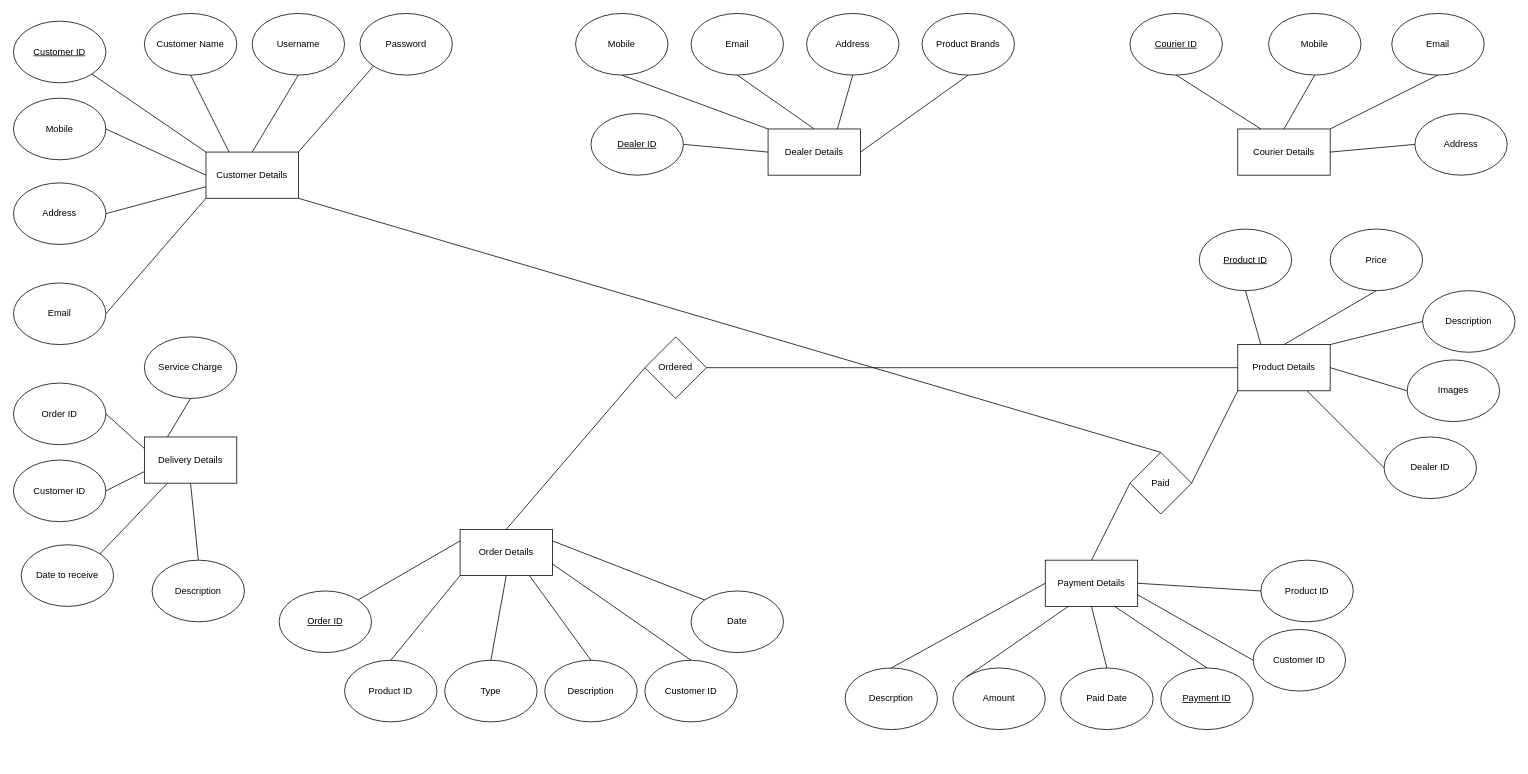
Above: ER DIagram Project.drawio in 2019e166/Data_Base_Assignment (draw.io), before the change. Source tidied: cells renumbered, new cells numbered last; positions are measured from the earlier drawing's top-left corner, leaving out a move shared by most shapes. Both pictures are drawn from the tidied source at 77%, with x=0, y=0 at pixel (13, 13).
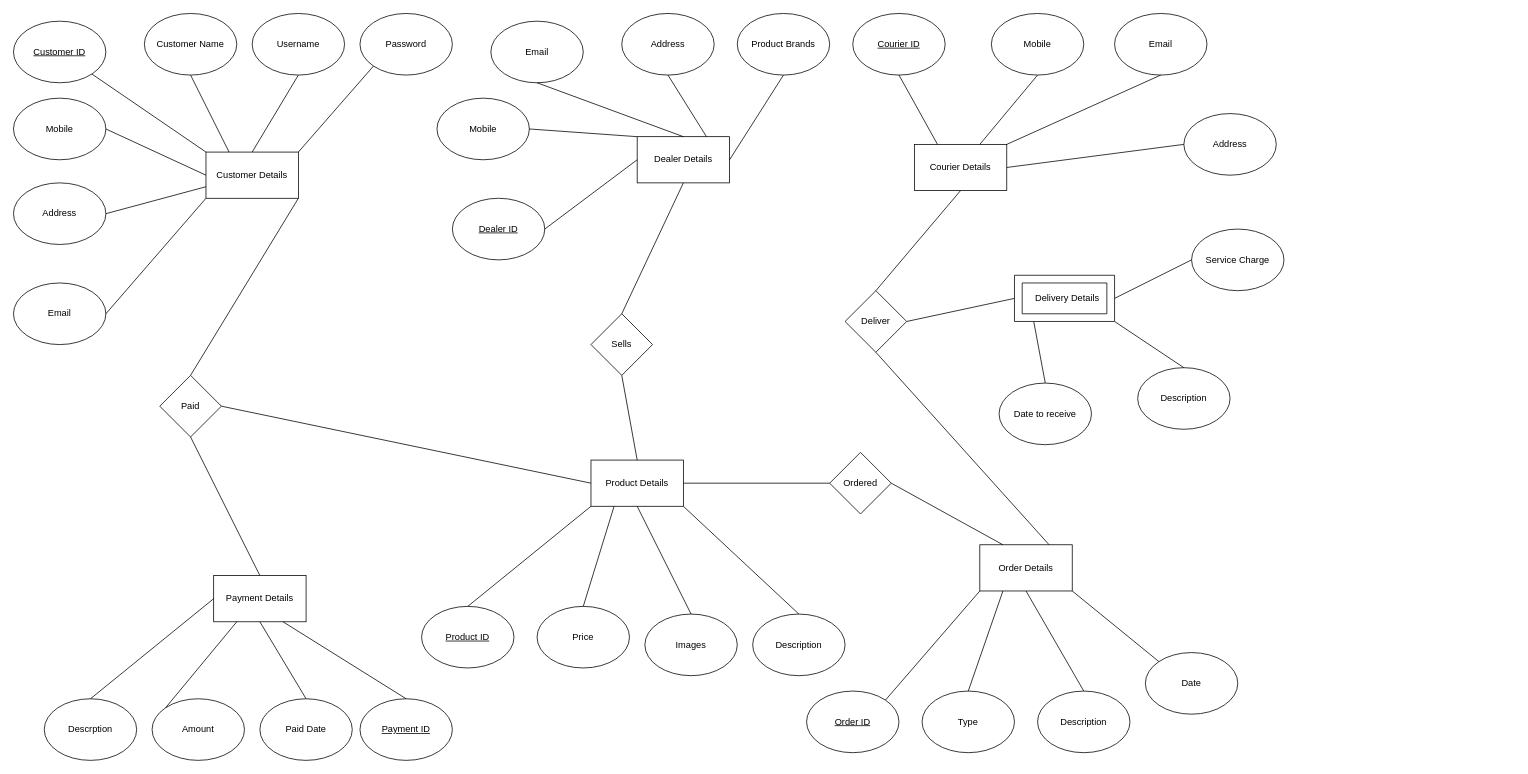
The same page after the edit.

The edit, as a diff of the source:
```diff
@@
     <mxCell id="17" value="Dealer Details" style="rounded=0;whiteSpace=wrap;html=1;" parent="1" vertex="1">
-      <mxGeometry x="980" y="150" width="120" height="60" as="geometry" />
+      <mxGeometry x="810" y="160" width="120" height="60" as="geometry" />
     </mxCell>
     <mxCell id="18" value="&lt;u&gt;Dealer ID&lt;/u&gt;" style="ellipse;whiteSpace=wrap;html=1;" parent="1" vertex="1">
-      <mxGeometry x="750" y="130" width="120" height="80" as="geometry" />
+      <mxGeometry x="570" y="240" width="120" height="80" as="geometry" />
     </mxCell>
     <mxCell id="19" value="Product Brands" style="ellipse;whiteSpace=wrap;html=1;" parent="1" vertex="1">
-      <mxGeometry x="1180" width="120" height="80" as="geometry" />
+      <mxGeometry x="940" width="120" height="80" as="geometry" />
     </mxCell>
     <mxCell id="20" value="Address" style="ellipse;whiteSpace=wrap;html=1;" parent="1" vertex="1">
-      <mxGeometry x="1030" width="120" height="80" as="geometry" />
+      <mxGeometry x="790" width="120" height="80" as="geometry" />
     </mxCell>
     <mxCell id="21" value="Email" style="ellipse;whiteSpace=wrap;html=1;" parent="1" vertex="1">
-      <mxGeometry x="880" width="120" height="80" as="geometry" />
+      <mxGeometry x="620" y="10" width="120" height="80" as="geometry" />
     </mxCell>
     <mxCell id="22" value="Mobile" style="ellipse;whiteSpace=wrap;html=1;" parent="1" vertex="1">
-      <mxGeometry x="730" width="120" height="80" as="geometry" />
+      <mxGeometry x="550" y="110" width="120" height="80" as="geometry" />
     </mxCell>
@@
-    <mxCell id="24" style="endArrow=none;html=1;rounded=0;entryX=0.5;entryY=1;entryDx=0;entryDy=0;exitX=0;exitY=0;exitDx=0;exitDy=0;" parent="1" edge="1" source="17" target="22">
+    <mxCell id="24" style="endArrow=none;html=1;rounded=0;entryX=1;entryY=0.5;entryDx=0;entryDy=0;exitX=0;exitY=0;exitDx=0;exitDy=0;" parent="1" edge="1" source="17" target="22">
       <mxGeometry relative="1" as="geometry" />
     </mxCell>
@@
     <mxCell id="28" value="Courier Details" style="rounded=0;whiteSpace=wrap;html=1;" parent="1" vertex="1">
-      <mxGeometry x="1590" y="150" width="120" height="60" as="geometry" />
+      <mxGeometry x="1170" y="170" width="120" height="60" as="geometry" />
     </mxCell>
     <mxCell id="29" value="Address" style="ellipse;whiteSpace=wrap;html=1;" parent="1" vertex="1">
-      <mxGeometry x="1820" y="130" width="120" height="80" as="geometry" />
+      <mxGeometry x="1520" y="130" width="120" height="80" as="geometry" />
     </mxCell>
     <mxCell id="30" value="Email" style="ellipse;whiteSpace=wrap;html=1;" parent="1" vertex="1">
-      <mxGeometry x="1790" width="120" height="80" as="geometry" />
+      <mxGeometry x="1430" width="120" height="80" as="geometry" />
     </mxCell>
     <mxCell id="31" value="&lt;u&gt;Courier ID&lt;/u&gt;" style="ellipse;whiteSpace=wrap;html=1;" parent="1" vertex="1">
-      <mxGeometry x="1450" width="120" height="80" as="geometry" />
+      <mxGeometry x="1090" width="120" height="80" as="geometry" />
     </mxCell>
     <mxCell id="32" value="Mobile" style="ellipse;whiteSpace=wrap;html=1;" parent="1" vertex="1">
-      <mxGeometry x="1630" width="120" height="80" as="geometry" />
+      <mxGeometry x="1270" width="120" height="80" as="geometry" />
     </mxCell>
@@
-    <mxCell id="34" style="endArrow=none;html=1;rounded=0;entryX=0.5;entryY=1;entryDx=0;entryDy=0;exitX=0.5;exitY=0;exitDx=0;exitDy=0;" parent="1" edge="1" source="28" target="32">
+    <mxCell id="34" style="endArrow=none;html=1;rounded=0;entryX=0.5;entryY=1;entryDx=0;entryDy=0;" parent="1" edge="1" source="28" target="32">
       <mxGeometry relative="1" as="geometry" />
     </mxCell>
@@
-    <mxCell id="37" value="Delivery Details" style="rounded=0;whiteSpace=wrap;html=1;" parent="1" vertex="1">
-      <mxGeometry x="170" y="550" width="120" height="60" as="geometry" />
-    </mxCell>
     <mxCell id="38" value="Service Charge" style="ellipse;whiteSpace=wrap;html=1;" parent="1" vertex="1">
-      <mxGeometry x="170" y="420" width="120" height="80" as="geometry" />
+      <mxGeometry x="1530" y="280" width="120" height="80" as="geometry" />
     </mxCell>
     <mxCell id="39" value="Description" style="ellipse;whiteSpace=wrap;html=1;" parent="1" vertex="1">
-      <mxGeometry x="180" y="710" width="120" height="80" as="geometry" />
+      <mxGeometry x="1460" y="460" width="120" height="80" as="geometry" />
     </mxCell>
     <mxCell id="40" value="Date to receive" style="ellipse;whiteSpace=wrap;html=1;" parent="1" vertex="1">
-      <mxGeometry x="10" y="690" width="120" height="80" as="geometry" />
+      <mxGeometry x="1280" y="480" width="120" height="80" as="geometry" />
     </mxCell>
-    <mxCell id="41" value="Customer ID" style="ellipse;whiteSpace=wrap;html=1;" parent="1" vertex="1">
-      <mxGeometry y="580" width="120" height="80" as="geometry" />
-    </mxCell>
-    <mxCell id="42" value="Order ID" style="ellipse;whiteSpace=wrap;html=1;" parent="1" vertex="1">
-      <mxGeometry y="480" width="120" height="80" as="geometry" />
-    </mxCell>
-    <mxCell id="43" style="endArrow=none;html=1;rounded=0;entryX=0.5;entryY=1;entryDx=0;entryDy=0;exitX=0.25;exitY=0;exitDx=0;exitDy=0;" parent="1" edge="1" source="37" target="38">
+    <mxCell id="43" style="endArrow=none;html=1;rounded=0;entryX=0;entryY=0.5;entryDx=0;entryDy=0;exitX=1;exitY=0.5;exitDx=0;exitDy=0;exitPerimeter=0;" parent="1" edge="1" source="99" target="38">
       <mxGeometry relative="1" as="geometry" />
     </mxCell>
-    <mxCell id="44" style="endArrow=none;html=1;rounded=0;exitX=1;exitY=0.5;exitDx=0;exitDy=0;entryX=0;entryY=0.25;entryDx=0;entryDy=0;" parent="1" edge="1" source="42" target="37">
-      <mxGeometry relative="1" as="geometry" />
-    </mxCell>
-    <mxCell id="45" style="endArrow=none;html=1;rounded=0;exitX=1;exitY=0.5;exitDx=0;exitDy=0;entryX=0;entryY=0.75;entryDx=0;entryDy=0;" parent="1" edge="1" source="41" target="37">
-      <mxGeometry relative="1" as="geometry" />
-    </mxCell>
-    <mxCell id="46" style="endArrow=none;html=1;rounded=0;exitX=1;exitY=0;exitDx=0;exitDy=0;entryX=0.25;entryY=1;entryDx=0;entryDy=0;" parent="1" edge="1" source="40" target="37">
+    <mxCell id="46" style="endArrow=none;html=1;rounded=0;exitX=0.5;exitY=0;exitDx=0;exitDy=0;entryX=0;entryY=0;entryDx=25;entryDy=60;entryPerimeter=0;" parent="1" edge="1" source="40" target="99">
       <mxGeometry relative="1" as="geometry" />
     </mxCell>
-    <mxCell id="47" style="endArrow=none;html=1;rounded=0;exitX=0.5;exitY=0;exitDx=0;exitDy=0;entryX=0.5;entryY=1;entryDx=0;entryDy=0;" parent="1" edge="1" source="39" target="37">
+    <mxCell id="47" style="endArrow=none;html=1;rounded=0;exitX=0.5;exitY=0;exitDx=0;exitDy=0;entryX=1;entryY=1;entryDx=0;entryDy=0;entryPerimeter=0;" parent="1" edge="1" source="39" target="99">
       <mxGeometry relative="1" as="geometry" />
     </mxCell>
     <mxCell id="48" value="Order Details" style="rounded=0;whiteSpace=wrap;html=1;" parent="1" vertex="1">
-      <mxGeometry x="580" y="670" width="120" height="60" as="geometry" />
+      <mxGeometry x="1255" y="690" width="120" height="60" as="geometry" />
     </mxCell>
     <mxCell id="49" value="&lt;u&gt;Order ID&lt;/u&gt;" style="ellipse;whiteSpace=wrap;html=1;" parent="1" vertex="1">
-      <mxGeometry x="345" y="750" width="120" height="80" as="geometry" />
+      <mxGeometry x="1030" y="880" width="120" height="80" as="geometry" />
     </mxCell>
     <mxCell id="50" value="Date" style="ellipse;whiteSpace=wrap;html=1;" parent="1" vertex="1">
-      <mxGeometry x="880" y="750" width="120" height="80" as="geometry" />
+      <mxGeometry x="1470" y="830" width="120" height="80" as="geometry" />
     </mxCell>
-    <mxCell id="51" value="Customer ID" style="ellipse;whiteSpace=wrap;html=1;" parent="1" vertex="1">
-      <mxGeometry x="820" y="840" width="120" height="80" as="geometry" />
-    </mxCell>
     <mxCell id="52" value="Description" style="ellipse;whiteSpace=wrap;html=1;" parent="1" vertex="1">
-      <mxGeometry x="690" y="840" width="120" height="80" as="geometry" />
+      <mxGeometry x="1330" y="880" width="120" height="80" as="geometry" />
     </mxCell>
     <mxCell id="53" value="Type" style="ellipse;whiteSpace=wrap;html=1;" parent="1" vertex="1">
-      <mxGeometry x="560" y="840" width="120" height="80" as="geometry" />
+      <mxGeometry x="1180" y="880" width="120" height="80" as="geometry" />
     </mxCell>
-    <mxCell id="54" value="Product ID" style="ellipse;whiteSpace=wrap;html=1;" parent="1" vertex="1">
-      <mxGeometry x="430" y="840" width="120" height="80" as="geometry" />
-    </mxCell>
-    <mxCell id="55" style="endArrow=none;html=1;rounded=0;exitX=1;exitY=0;exitDx=0;exitDy=0;entryX=0;entryY=0.25;entryDx=0;entryDy=0;" parent="1" edge="1" source="49" target="48">
+    <mxCell id="55" style="endArrow=none;html=1;rounded=0;exitX=1;exitY=0;exitDx=0;exitDy=0;entryX=0;entryY=1;entryDx=0;entryDy=0;" parent="1" edge="1" source="49" target="48">
       <mxGeometry relative="1" as="geometry" />
     </mxCell>
-    <mxCell id="56" style="endArrow=none;html=1;rounded=0;exitX=0.5;exitY=0;exitDx=0;exitDy=0;entryX=0;entryY=1;entryDx=0;entryDy=0;" parent="1" edge="1" source="54" target="48">
-      <mxGeometry relative="1" as="geometry" />
-    </mxCell>
-    <mxCell id="57" style="endArrow=none;html=1;rounded=0;exitX=0.5;exitY=0;exitDx=0;exitDy=0;entryX=0.5;entryY=1;entryDx=0;entryDy=0;" parent="1" edge="1" source="53" target="48">
+    <mxCell id="57" style="endArrow=none;html=1;rounded=0;exitX=0.5;exitY=0;exitDx=0;exitDy=0;entryX=0.25;entryY=1;entryDx=0;entryDy=0;" parent="1" edge="1" source="53" target="48">
       <mxGeometry relative="1" as="geometry" />
     </mxCell>
-    <mxCell id="58" style="endArrow=none;html=1;rounded=0;entryX=0.5;entryY=0;entryDx=0;entryDy=0;exitX=0.75;exitY=1;exitDx=0;exitDy=0;" parent="1" edge="1" source="48" target="52">
+    <mxCell id="58" style="endArrow=none;html=1;rounded=0;entryX=0.5;entryY=0;entryDx=0;entryDy=0;exitX=0.5;exitY=1;exitDx=0;exitDy=0;" parent="1" edge="1" source="48" target="52">
       <mxGeometry relative="1" as="geometry" />
     </mxCell>
-    <mxCell id="59" style="endArrow=none;html=1;rounded=0;entryX=0.5;entryY=0;entryDx=0;entryDy=0;exitX=1;exitY=0.75;exitDx=0;exitDy=0;" parent="1" edge="1" source="48" target="51">
-      <mxGeometry relative="1" as="geometry" />
-    </mxCell>
-    <mxCell id="60" style="endArrow=none;html=1;rounded=0;entryX=0;entryY=0;entryDx=0;entryDy=0;exitX=1;exitY=0.25;exitDx=0;exitDy=0;" parent="1" edge="1" source="48" target="50">
+    <mxCell id="60" style="endArrow=none;html=1;rounded=0;entryX=0;entryY=0;entryDx=0;entryDy=0;exitX=1;exitY=1;exitDx=0;exitDy=0;" parent="1" edge="1" source="48" target="50">
       <mxGeometry relative="1" as="geometry" />
     </mxCell>
     <mxCell id="61" value="Payment Details" style="rounded=0;whiteSpace=wrap;html=1;" parent="1" vertex="1">
-      <mxGeometry x="1340" y="710" width="120" height="60" as="geometry" />
+      <mxGeometry x="260" y="730" width="120" height="60" as="geometry" />
     </mxCell>
     <mxCell id="62" value="Descrption" style="ellipse;whiteSpace=wrap;html=1;" parent="1" vertex="1">
-      <mxGeometry x="1080" y="850" width="120" height="80" as="geometry" />
+      <mxGeometry x="40" y="890" width="120" height="80" as="geometry" />
     </mxCell>
     <mxCell id="63" value="Amount" style="ellipse;whiteSpace=wrap;html=1;" parent="1" vertex="1">
-      <mxGeometry x="1220" y="850" width="120" height="80" as="geometry" />
+      <mxGeometry x="180" y="890" width="120" height="80" as="geometry" />
     </mxCell>
     <mxCell id="64" value="Paid Date" style="ellipse;whiteSpace=wrap;html=1;" parent="1" vertex="1">
-      <mxGeometry x="1360" y="850" width="120" height="80" as="geometry" />
+      <mxGeometry x="320" y="890" width="120" height="80" as="geometry" />
     </mxCell>
-    <mxCell id="65" value="Product ID" style="ellipse;whiteSpace=wrap;html=1;" parent="1" vertex="1">
-      <mxGeometry x="1620" y="710" width="120" height="80" as="geometry" />
-    </mxCell>
     <mxCell id="66" value="&lt;u&gt;Payment ID&lt;/u&gt;" style="ellipse;whiteSpace=wrap;html=1;" parent="1" vertex="1">
-      <mxGeometry x="1490" y="850" width="120" height="80" as="geometry" />
+      <mxGeometry x="450" y="890" width="120" height="80" as="geometry" />
     </mxCell>
-    <mxCell id="67" value="Customer ID" style="ellipse;whiteSpace=wrap;html=1;" parent="1" vertex="1">
-      <mxGeometry x="1610" y="800" width="120" height="80" as="geometry" />
-    </mxCell>
-    <mxCell id="68" style="endArrow=none;html=1;rounded=0;entryX=1;entryY=0.5;entryDx=0;entryDy=0;exitX=0;exitY=0.5;exitDx=0;exitDy=0;" parent="1" edge="1" source="65" target="61">
-      <mxGeometry relative="1" as="geometry" />
-    </mxCell>
-    <mxCell id="69" style="endArrow=none;html=1;rounded=0;entryX=1;entryY=0.75;entryDx=0;entryDy=0;exitX=0;exitY=0.5;exitDx=0;exitDy=0;" parent="1" edge="1" source="67" target="61">
-      <mxGeometry relative="1" as="geometry" />
-    </mxCell>
@@
     <mxCell id="74" value="Product Details" style="rounded=0;whiteSpace=wrap;html=1;" parent="1" vertex="1">
-      <mxGeometry x="1590" y="430" width="120" height="60" as="geometry" />
+      <mxGeometry x="750" y="580" width="120" height="60" as="geometry" />
     </mxCell>
-    <mxCell id="75" value="Dealer ID" style="ellipse;whiteSpace=wrap;html=1;" parent="1" vertex="1">
-      <mxGeometry x="1780" y="550" width="120" height="80" as="geometry" />
-    </mxCell>
     <mxCell id="76" value="Images" style="ellipse;whiteSpace=wrap;html=1;" parent="1" vertex="1">
-      <mxGeometry x="1810" y="450" width="120" height="80" as="geometry" />
+      <mxGeometry x="820" y="780" width="120" height="80" as="geometry" />
     </mxCell>
     <mxCell id="77" value="Description" style="ellipse;whiteSpace=wrap;html=1;" parent="1" vertex="1">
-      <mxGeometry x="1830" y="360" width="120" height="80" as="geometry" />
+      <mxGeometry x="960" y="780" width="120" height="80" as="geometry" />
     </mxCell>
     <mxCell id="78" value="Price" style="ellipse;whiteSpace=wrap;html=1;" parent="1" vertex="1">
-      <mxGeometry x="1710" y="280" width="120" height="80" as="geometry" />
+      <mxGeometry x="680" y="770" width="120" height="80" as="geometry" />
     </mxCell>
     <mxCell id="79" value="&lt;u&gt;Product ID&lt;/u&gt;" style="ellipse;whiteSpace=wrap;html=1;" parent="1" vertex="1">
-      <mxGeometry x="1540" y="280" width="120" height="80" as="geometry" />
+      <mxGeometry x="530" y="770" width="120" height="80" as="geometry" />
     </mxCell>
-    <mxCell id="80" style="endArrow=none;html=1;rounded=0;entryX=0.5;entryY=1;entryDx=0;entryDy=0;exitX=0.25;exitY=0;exitDx=0;exitDy=0;" parent="1" edge="1" source="74" target="79">
+    <mxCell id="80" style="endArrow=none;html=1;rounded=0;entryX=0.5;entryY=0;entryDx=0;entryDy=0;exitX=0;exitY=1;exitDx=0;exitDy=0;" parent="1" edge="1" source="74" target="79">
       <mxGeometry relative="1" as="geometry" />
     </mxCell>
-    <mxCell id="81" style="endArrow=none;html=1;rounded=0;entryX=0.5;entryY=1;entryDx=0;entryDy=0;exitX=0.5;exitY=0;exitDx=0;exitDy=0;" parent="1" edge="1" source="74" target="78">
+    <mxCell id="81" style="endArrow=none;html=1;rounded=0;entryX=0.5;entryY=0;entryDx=0;entryDy=0;exitX=0.25;exitY=1;exitDx=0;exitDy=0;" parent="1" edge="1" source="74" target="78">
       <mxGeometry relative="1" as="geometry" />
     </mxCell>
-    <mxCell id="82" style="endArrow=none;html=1;rounded=0;entryX=0;entryY=0.5;entryDx=0;entryDy=0;exitX=1;exitY=0;exitDx=0;exitDy=0;" parent="1" edge="1" source="74" target="77">
+    <mxCell id="82" style="endArrow=none;html=1;rounded=0;entryX=0.5;entryY=0;entryDx=0;entryDy=0;exitX=1;exitY=1;exitDx=0;exitDy=0;" parent="1" edge="1" source="74" target="77">
       <mxGeometry relative="1" as="geometry" />
     </mxCell>
-    <mxCell id="83" style="endArrow=none;html=1;rounded=0;entryX=0;entryY=0.5;entryDx=0;entryDy=0;exitX=1;exitY=0.5;exitDx=0;exitDy=0;" parent="1" edge="1" source="74" target="76">
+    <mxCell id="83" style="endArrow=none;html=1;rounded=0;entryX=0.5;entryY=0;entryDx=0;entryDy=0;exitX=0.5;exitY=1;exitDx=0;exitDy=0;" parent="1" edge="1" source="74" target="76">
       <mxGeometry relative="1" as="geometry" />
     </mxCell>
-    <mxCell id="84" style="endArrow=none;html=1;rounded=0;exitX=0.75;exitY=1;exitDx=0;exitDy=0;entryX=0;entryY=0.5;entryDx=0;entryDy=0;" parent="1" edge="1" source="74" target="75">
-      <mxGeometry relative="1" as="geometry" />
-    </mxCell>
     <mxCell id="85" value="Ordered" style="rhombus;whiteSpace=wrap;html=1;" parent="1" vertex="1">
-      <mxGeometry x="820" y="420" width="80" height="80" as="geometry" />
+      <mxGeometry x="1060" y="570" width="80" height="80" as="geometry" />
     </mxCell>
-    <mxCell id="86" style="endArrow=none;html=1;rounded=0;exitX=1;exitY=0.5;exitDx=0;exitDy=0;entryX=0;entryY=0.5;entryDx=0;entryDy=0;" parent="1" edge="1" source="85" target="74">
+    <mxCell id="86" style="endArrow=none;html=1;rounded=0;entryX=1;entryY=0.5;entryDx=0;entryDy=0;exitX=0;exitY=0.5;exitDx=0;exitDy=0;" parent="1" edge="1" source="85" target="74">
       <mxGeometry relative="1" as="geometry" />
     </mxCell>
-    <mxCell id="87" style="endArrow=none;html=1;rounded=0;entryX=0.5;entryY=0;entryDx=0;entryDy=0;exitX=0;exitY=0.5;exitDx=0;exitDy=0;" parent="1" edge="1" source="85" target="48">
+    <mxCell id="87" style="endArrow=none;html=1;rounded=0;entryX=0.25;entryY=0;entryDx=0;entryDy=0;exitX=1;exitY=0.5;exitDx=0;exitDy=0;" parent="1" edge="1" source="85" target="48">
       <mxGeometry relative="1" as="geometry" />
     </mxCell>
     <mxCell id="88" value="Paid" style="rhombus;whiteSpace=wrap;html=1;" parent="1" vertex="1">
-      <mxGeometry x="1450" y="570" width="80" height="80" as="geometry" />
+      <mxGeometry x="190" y="470" width="80" height="80" as="geometry" />
     </mxCell>
-    <mxCell id="89" style="endArrow=none;html=1;rounded=0;entryX=1;entryY=0.5;entryDx=0;entryDy=0;exitX=0;exitY=1;exitDx=0;exitDy=0;" parent="1" edge="1" source="74" target="88">
+    <mxCell id="89" style="endArrow=none;html=1;rounded=0;entryX=1;entryY=0.5;entryDx=0;entryDy=0;exitX=0;exitY=0.5;exitDx=0;exitDy=0;" parent="1" edge="1" source="74" target="88">
       <mxGeometry relative="1" as="geometry" />
     </mxCell>
-    <mxCell id="90" style="endArrow=none;html=1;rounded=0;entryX=0;entryY=0.5;entryDx=0;entryDy=0;exitX=0.5;exitY=0;exitDx=0;exitDy=0;" parent="1" edge="1" source="61" target="88">
+    <mxCell id="90" style="endArrow=none;html=1;rounded=0;entryX=0.5;entryY=1;entryDx=0;entryDy=0;exitX=0.5;exitY=0;exitDx=0;exitDy=0;" parent="1" edge="1" source="61" target="88">
       <mxGeometry relative="1" as="geometry" />
     </mxCell>
@@
+    <mxCell id="92" value="Deliver" style="rhombus;whiteSpace=wrap;html=1;" parent="1" vertex="1">
+      <mxGeometry x="1080" y="360" width="80" height="80" as="geometry" />
+    </mxCell>
+    <mxCell id="93" style="endArrow=none;html=1;rounded=0;entryX=0.5;entryY=1;entryDx=0;entryDy=0;exitX=0.75;exitY=0;exitDx=0;exitDy=0;" parent="1" edge="1" source="48" target="92">
+      <mxGeometry relative="1" as="geometry" />
+    </mxCell>
+    <mxCell id="94" style="endArrow=none;html=1;rounded=0;entryX=0.5;entryY=1;entryDx=0;entryDy=0;exitX=0.5;exitY=0;exitDx=0;exitDy=0;" parent="1" edge="1" source="92" target="28">
+      <mxGeometry relative="1" as="geometry" />
+    </mxCell>
+    <mxCell id="95" style="endArrow=none;html=1;rounded=0;entryX=0;entryY=0.5;entryDx=0;entryDy=0;exitX=1;exitY=0.5;exitDx=0;exitDy=0;entryPerimeter=0;" parent="1" edge="1" source="92" target="99">
+      <mxGeometry relative="1" as="geometry" />
+    </mxCell>
+    <mxCell id="96" value="Sells" style="rhombus;whiteSpace=wrap;html=1;" parent="1" vertex="1">
+      <mxGeometry x="750" y="390" width="80" height="80" as="geometry" />
+    </mxCell>
+    <mxCell id="97" style="endArrow=none;html=1;rounded=0;entryX=0.5;entryY=1;entryDx=0;entryDy=0;exitX=0.5;exitY=0;exitDx=0;exitDy=0;" parent="1" edge="1" source="96" target="17">
+      <mxGeometry relative="1" as="geometry" />
+    </mxCell>
+    <mxCell id="98" style="endArrow=none;html=1;rounded=0;entryX=0.5;entryY=0;entryDx=0;entryDy=0;exitX=0.5;exitY=1;exitDx=0;exitDy=0;" parent="1" edge="1" source="96" target="74">
+      <mxGeometry relative="1" as="geometry" />
+    </mxCell>
+    <mxCell id="99" style="verticalLabelPosition=bottom;verticalAlign=top;html=1;shape=mxgraph.basic.frame;dx=10;" parent="1" vertex="1">
+      <mxGeometry x="1300" y="340" width="130" height="60" as="geometry" />
+    </mxCell>
+    <mxCell id="37" value="Delivery Details&amp;nbsp;" style="text;html=1;align=center;verticalAlign=middle;points=[];strokeColor=none;fillColor=none;" parent="1" vertex="1">
+      <mxGeometry x="1315" y="355" width="110" height="30" as="geometry" />
+    </mxCell>
```
